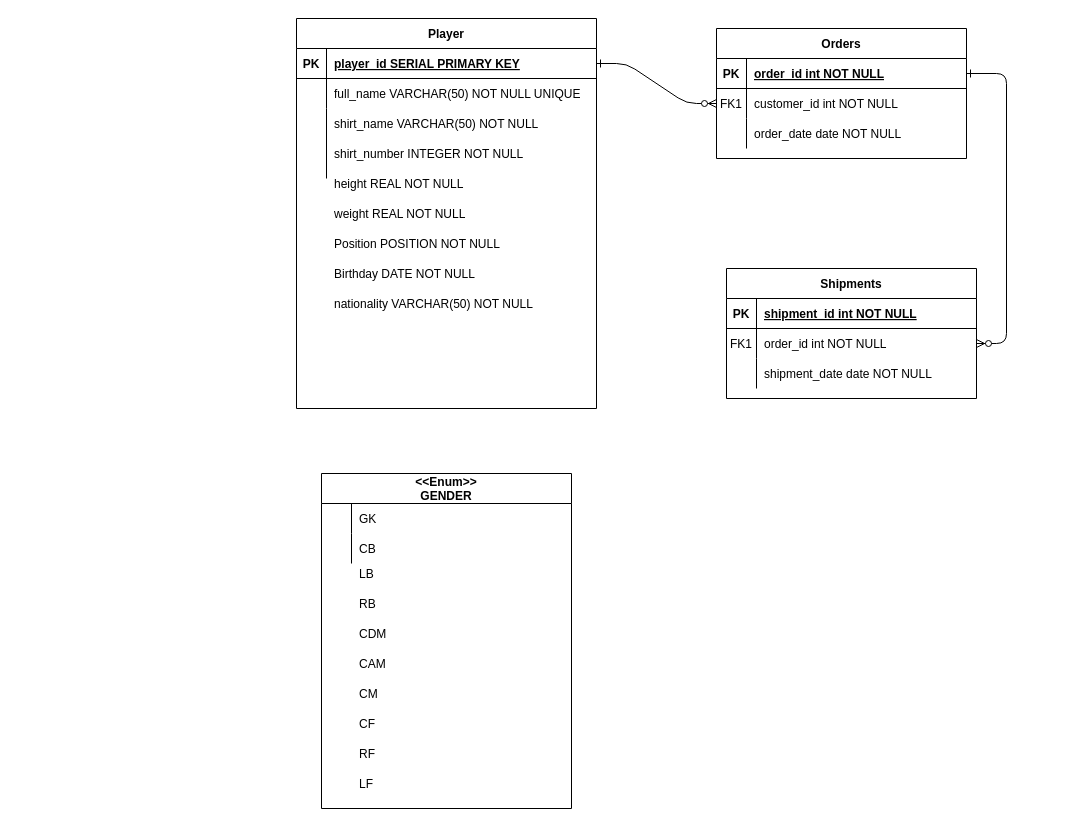
Earlier version of the draw.io diagram P33201/s291193/Lab3/Untitled Diagram.drawio (sporrrtik/DataBases_22-23). Source tidied: cells renumbered, new cells numbered last; positions are measured from the earlier drawing's top-left corner, leaving out a move shared by most shapes. Both pictures are drawn from the tidied source at 100%, with x=0, y=0 at pixel (296, 18).
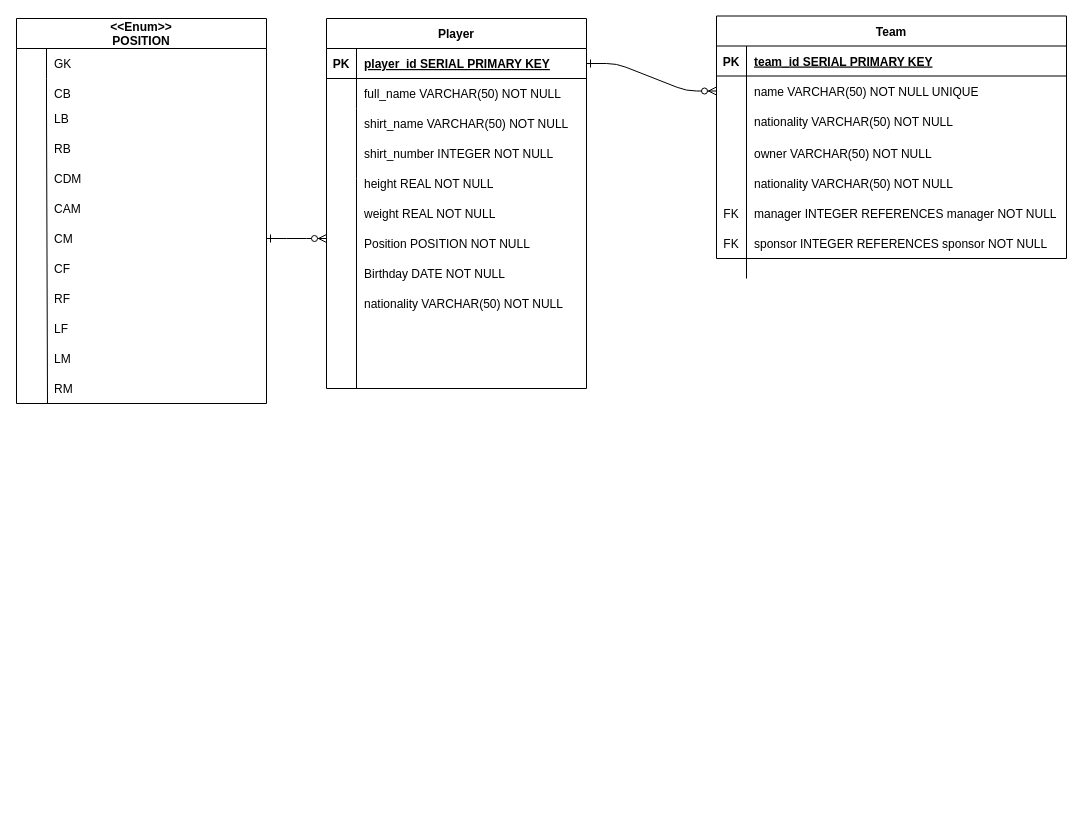
The same diagram, later.

The change refers to these unchanged cells:
```xml
<mxCell id="43" style="shape=partialRectangle;fillColor=none;points=[[0,0.5],[1,0.5]];portConstraint=eastwest;top=0;left=0;right=0;bottom=0;" parent="39" vertex="1">
  <mxGeometry y="60" width="250" height="30" as="geometry" />
</mxCell>
```

Change to the diagram source:
```diff
@@
-    <mxCell id="3" style="edgeStyle=entityRelationEdgeStyle;endArrow=ERzeroToMany;startArrow=ERone;endFill=1;startFill=0;" parent="1" edge="1" source="5" target="18">
-      <mxGeometry relative="1" as="geometry" />
-    </mxCell>
-    <mxCell id="4" value="Orders" style="shape=table;startSize=30;childLayout=tableLayout;rowLines=0;fontStyle=1;align=center;" parent="1" vertex="1">
-      <mxGeometry x="420" y="10" width="250" height="130" as="geometry" />
+    <mxCell id="4" value="Team" style="shape=table;startSize=30;childLayout=tableLayout;rowLines=0;fontStyle=1;align=center;" parent="1" vertex="1">
+      <mxGeometry x="420" y="-2.5" width="350" height="242.5" as="geometry" />
     </mxCell>
     <mxCell id="5" style="shape=partialRectangle;fillColor=none;points=[[0,0.5],[1,0.5]];portConstraint=eastwest;top=0;left=0;right=0;bottom=1;" parent="4" vertex="1">
-      <mxGeometry y="30" width="250" height="30" as="geometry" />
+      <mxGeometry y="30" width="350" height="30" as="geometry" />
     </mxCell>
@@
-    <mxCell id="7" value="order_id int NOT NULL " style="shape=partialRectangle;overflow=hidden;fillColor=none;top=0;left=0;bottom=0;right=0;align=left;spacingLeft=6;fontStyle=5;" parent="5" vertex="1">
-      <mxGeometry x="30" width="220" height="30" as="geometry" />
+    <mxCell id="7" value="team_id SERIAL PRIMARY KEY" style="shape=partialRectangle;overflow=hidden;fillColor=none;top=0;left=0;bottom=0;right=0;align=left;spacingLeft=6;fontStyle=5;" parent="5" vertex="1">
+      <mxGeometry x="30" width="320" height="30" as="geometry" />
     </mxCell>
     <mxCell id="8" style="shape=partialRectangle;fillColor=none;points=[[0,0.5],[1,0.5]];portConstraint=eastwest;top=0;left=0;right=0;bottom=0;" parent="4" vertex="1">
-      <mxGeometry y="60" width="250" height="30" as="geometry" />
+      <mxGeometry y="60" width="350" height="30" as="geometry" />
     </mxCell>
-    <mxCell id="9" value="FK1" style="shape=partialRectangle;overflow=hidden;fillColor=none;top=0;left=0;bottom=0;right=0;" parent="8" vertex="1">
+    <mxCell id="9" style="shape=partialRectangle;overflow=hidden;fillColor=none;top=0;left=0;bottom=0;right=0;" parent="8" vertex="1">
       <mxGeometry width="30" height="30" as="geometry" />
     </mxCell>
-    <mxCell id="10" value="customer_id int NOT NULL" style="shape=partialRectangle;overflow=hidden;fillColor=none;top=0;left=0;bottom=0;right=0;align=left;spacingLeft=6;" parent="8" vertex="1">
-      <mxGeometry x="30" width="220" height="30" as="geometry" />
+    <mxCell id="10" value="name VARCHAR(50) NOT NULL UNIQUE" style="shape=partialRectangle;overflow=hidden;fillColor=none;top=0;left=0;bottom=0;right=0;align=left;spacingLeft=6;" parent="8" vertex="1">
+      <mxGeometry x="30" width="320" height="30" as="geometry" />
     </mxCell>
     <mxCell id="11" style="shape=partialRectangle;fillColor=none;top=0;left=0;right=0;bottom=0;" parent="4" vertex="1">
-      <mxGeometry y="90" width="250" height="30" as="geometry" />
+      <mxGeometry y="90" width="350" height="30" as="geometry" />
     </mxCell>
@@
-    <mxCell id="13" value="order_date date NOT NULL" style="shape=partialRectangle;overflow=hidden;fillColor=none;top=0;left=0;bottom=0;right=0;align=left;spacingLeft=6;" parent="11" vertex="1">
-      <mxGeometry x="30" width="220" height="30" as="geometry" />
+    <mxCell id="13" value="nationality VARCHAR(50) NOT NULL" style="shape=partialRectangle;overflow=hidden;fillColor=none;top=0;left=0;bottom=0;right=0;align=left;spacingLeft=6;" parent="11" vertex="1">
+      <mxGeometry x="30" width="320" height="30" as="geometry" />
     </mxCell>
-    <mxCell id="14" value="Shipments" style="shape=table;startSize=30;childLayout=tableLayout;rowLines=0;fontStyle=1;align=center;" parent="1" vertex="1">
-      <mxGeometry x="430" y="250" width="250" height="130" as="geometry" />
-    </mxCell>
-    <mxCell id="15" style="shape=partialRectangle;fillColor=none;top=0;left=0;right=0;bottom=1;" parent="14" vertex="1">
-      <mxGeometry y="30" width="250" height="30" as="geometry" />
-    </mxCell>
-    <mxCell id="16" value="PK" style="shape=partialRectangle;overflow=hidden;fillColor=none;top=0;left=0;bottom=0;right=0;fontStyle=1;" parent="15" vertex="1">
-      <mxGeometry width="30" height="30" as="geometry" />
-    </mxCell>
-    <mxCell id="17" value="shipment_id int NOT NULL " style="shape=partialRectangle;overflow=hidden;fillColor=none;top=0;left=0;bottom=0;right=0;align=left;spacingLeft=6;fontStyle=5;" parent="15" vertex="1">
-      <mxGeometry x="30" width="220" height="30" as="geometry" />
-    </mxCell>
-    <mxCell id="18" style="shape=partialRectangle;fillColor=none;points=[[0,0.5],[1,0.5]];portConstraint=eastwest;top=0;left=0;right=0;bottom=0;" parent="14" vertex="1">
-      <mxGeometry y="60" width="250" height="30" as="geometry" />
-    </mxCell>
-    <mxCell id="19" value="FK1" style="shape=partialRectangle;overflow=hidden;fillColor=none;top=0;left=0;bottom=0;right=0;" parent="18" vertex="1">
-      <mxGeometry width="30" height="30" as="geometry" />
-    </mxCell>
-    <mxCell id="20" value="order_id int NOT NULL" style="shape=partialRectangle;overflow=hidden;fillColor=none;top=0;left=0;bottom=0;right=0;align=left;spacingLeft=6;" parent="18" vertex="1">
-      <mxGeometry x="30" width="220" height="30" as="geometry" />
-    </mxCell>
-    <mxCell id="21" style="shape=partialRectangle;fillColor=none;top=0;left=0;right=0;bottom=0;" parent="14" vertex="1">
-      <mxGeometry y="90" width="250" height="30" as="geometry" />
-    </mxCell>
-    <mxCell id="22" style="shape=partialRectangle;overflow=hidden;fillColor=none;top=0;left=0;bottom=0;right=0;" parent="21" vertex="1">
-      <mxGeometry width="30" height="30" as="geometry" />
-    </mxCell>
-    <mxCell id="23" value="shipment_date date NOT NULL" style="shape=partialRectangle;overflow=hidden;fillColor=none;top=0;left=0;bottom=0;right=0;align=left;spacingLeft=6;" parent="21" vertex="1">
-      <mxGeometry x="30" width="220" height="30" as="geometry" />
-    </mxCell>
     <mxCell id="24" value="Player" style="shape=table;startSize=30;childLayout=tableLayout;rowLines=0;fontStyle=1;align=center;" parent="1" vertex="1">
-      <mxGeometry width="300" height="390" as="geometry" />
+      <mxGeometry x="30" width="260" height="370" as="geometry" />
     </mxCell>
     <mxCell id="25" style="shape=partialRectangle;fillColor=none;points=[[0,0.5],[1,0.5]];portConstraint=eastwest;top=0;left=0;right=0;bottom=1;" parent="24" vertex="1">
-      <mxGeometry y="30" width="300" height="30" as="geometry" />
+      <mxGeometry y="30" width="260" height="30" as="geometry" />
     </mxCell>
@@
     <mxCell id="27" value="player_id SERIAL PRIMARY KEY" style="shape=partialRectangle;overflow=hidden;fillColor=none;top=0;left=0;bottom=0;right=0;align=left;spacingLeft=6;fontStyle=5;" parent="25" vertex="1">
-      <mxGeometry x="30" width="270" height="30" as="geometry" />
+      <mxGeometry x="30" width="230" height="30" as="geometry" />
     </mxCell>
     <mxCell id="28" style="shape=partialRectangle;fillColor=none;top=0;left=0;right=0;bottom=0;" parent="24" vertex="1">
-      <mxGeometry y="60" width="300" height="30" as="geometry" />
+      <mxGeometry y="60" width="260" height="30" as="geometry" />
     </mxCell>
@@
-    <mxCell id="30" value="full_name VARCHAR(50) NOT NULL UNIQUE" style="shape=partialRectangle;overflow=hidden;fillColor=none;top=0;left=0;bottom=0;right=0;align=left;spacingLeft=6;" parent="28" vertex="1">
-      <mxGeometry x="30" width="270" height="30" as="geometry" />
+    <mxCell id="30" value="full_name VARCHAR(50) NOT NULL " style="shape=partialRectangle;overflow=hidden;fillColor=none;top=0;left=0;bottom=0;right=0;align=left;spacingLeft=6;" parent="28" vertex="1">
+      <mxGeometry x="30" width="230" height="30" as="geometry" />
     </mxCell>
     <mxCell id="31" value="shirt_name VARCHAR(50) NOT NULL" style="shape=partialRectangle;overflow=hidden;fillColor=none;top=0;left=0;bottom=0;right=0;align=left;spacingLeft=6;" parent="1" vertex="1">
-      <mxGeometry x="30" y="90" width="220" height="30" as="geometry" />
+      <mxGeometry x="60" y="90" width="220" height="30" as="geometry" />
     </mxCell>
     <mxCell id="32" style="endArrow=none;html=1;rounded=0;" parent="1" edge="1">
       <mxGeometry relative="1" as="geometry">
-        <mxPoint x="30" y="90" as="sourcePoint" />
-        <mxPoint x="30" y="160" as="targetPoint" />
+        <mxPoint x="60" y="90" as="sourcePoint" />
+        <mxPoint x="60" y="160" as="targetPoint" />
       </mxGeometry>
     </mxCell>
     <mxCell id="33" value="shirt_number INTEGER NOT NULL" style="shape=partialRectangle;overflow=hidden;fillColor=none;top=0;left=0;bottom=0;right=0;align=left;spacingLeft=6;" parent="1" vertex="1">
-      <mxGeometry x="30" y="120" width="220" height="30" as="geometry" />
+      <mxGeometry x="60" y="120" width="220" height="30" as="geometry" />
     </mxCell>
     <mxCell id="34" value="height REAL NOT NULL" style="shape=partialRectangle;overflow=hidden;fillColor=none;top=0;left=0;bottom=0;right=0;align=left;spacingLeft=6;" parent="1" vertex="1">
-      <mxGeometry x="30" y="150" width="220" height="30" as="geometry" />
+      <mxGeometry x="60" y="150" width="220" height="30" as="geometry" />
     </mxCell>
     <mxCell id="35" value="weight REAL NOT NULL" style="shape=partialRectangle;overflow=hidden;fillColor=none;top=0;left=0;bottom=0;right=0;align=left;spacingLeft=6;" parent="1" vertex="1">
-      <mxGeometry x="30" y="180" width="220" height="30" as="geometry" />
+      <mxGeometry x="60" y="180" width="220" height="30" as="geometry" />
     </mxCell>
     <mxCell id="36" value="Position POSITION NOT NULL" style="shape=partialRectangle;overflow=hidden;fillColor=none;top=0;left=0;bottom=0;right=0;align=left;spacingLeft=6;" parent="1" vertex="1">
-      <mxGeometry x="30" y="210" width="220" height="30" as="geometry" />
+      <mxGeometry x="60" y="210" width="220" height="30" as="geometry" />
     </mxCell>
     <mxCell id="37" value="Birthday DATE NOT NULL" style="shape=partialRectangle;overflow=hidden;fillColor=none;top=0;left=0;bottom=0;right=0;align=left;spacingLeft=6;" parent="1" vertex="1">
-      <mxGeometry x="30" y="240" width="220" height="30" as="geometry" />
+      <mxGeometry x="60" y="240" width="220" height="30" as="geometry" />
     </mxCell>
     <mxCell id="38" value="nationality VARCHAR(50) NOT NULL" style="shape=partialRectangle;overflow=hidden;fillColor=none;top=0;left=0;bottom=0;right=0;align=left;spacingLeft=6;" parent="1" vertex="1">
-      <mxGeometry x="30" y="270" width="220" height="30" as="geometry" />
+      <mxGeometry x="60" y="270" width="220" height="30" as="geometry" />
     </mxCell>
-    <mxCell id="39" value="&lt;&lt;Enum&gt;&gt;&#10;GENDER" style="shape=table;startSize=30;childLayout=tableLayout;rowLines=0;fontStyle=1;align=center;" parent="1" vertex="1">
-      <mxGeometry x="25" y="455" width="250" height="335" as="geometry" />
+    <mxCell id="39" value="&lt;&lt;Enum&gt;&gt;&#10;POSITION" style="shape=table;startSize=30;childLayout=tableLayout;rowLines=0;fontStyle=1;align=center;" parent="1" vertex="1">
+      <mxGeometry x="-280" width="250" height="385" as="geometry" />
     </mxCell>
@@
     <mxCell id="46" value="LB" style="shape=partialRectangle;overflow=hidden;fillColor=none;top=0;left=0;bottom=0;right=0;align=left;spacingLeft=6;" parent="1" vertex="1">
-      <mxGeometry x="55" y="540" width="220" height="30" as="geometry" />
+      <mxGeometry x="-250" y="85" width="220" height="30" as="geometry" />
     </mxCell>
     <mxCell id="47" value="RB" style="shape=partialRectangle;overflow=hidden;fillColor=none;top=0;left=0;bottom=0;right=0;align=left;spacingLeft=6;" parent="1" vertex="1">
-      <mxGeometry x="55" y="570" width="220" height="30" as="geometry" />
+      <mxGeometry x="-250" y="115" width="220" height="30" as="geometry" />
     </mxCell>
     <mxCell id="48" value="CDM" style="shape=partialRectangle;overflow=hidden;fillColor=none;top=0;left=0;bottom=0;right=0;align=left;spacingLeft=6;" parent="1" vertex="1">
-      <mxGeometry x="55" y="600" width="220" height="30" as="geometry" />
+      <mxGeometry x="-250" y="145" width="220" height="30" as="geometry" />
     </mxCell>
     <mxCell id="49" value="CAM" style="shape=partialRectangle;overflow=hidden;fillColor=none;top=0;left=0;bottom=0;right=0;align=left;spacingLeft=6;" parent="1" vertex="1">
-      <mxGeometry x="55" y="630" width="220" height="30" as="geometry" />
+      <mxGeometry x="-250" y="175" width="220" height="30" as="geometry" />
     </mxCell>
     <mxCell id="50" value="CM" style="shape=partialRectangle;overflow=hidden;fillColor=none;top=0;left=0;bottom=0;right=0;align=left;spacingLeft=6;" parent="1" vertex="1">
-      <mxGeometry x="55" y="660" width="220" height="30" as="geometry" />
+      <mxGeometry x="-250" y="205" width="220" height="30" as="geometry" />
     </mxCell>
     <mxCell id="51" value="CF" style="shape=partialRectangle;overflow=hidden;fillColor=none;top=0;left=0;bottom=0;right=0;align=left;spacingLeft=6;" parent="1" vertex="1">
-      <mxGeometry x="55" y="690" width="220" height="30" as="geometry" />
+      <mxGeometry x="-250" y="235" width="220" height="30" as="geometry" />
     </mxCell>
     <mxCell id="52" value="RF" style="shape=partialRectangle;overflow=hidden;fillColor=none;top=0;left=0;bottom=0;right=0;align=left;spacingLeft=6;" parent="1" vertex="1">
-      <mxGeometry x="55" y="720" width="220" height="30" as="geometry" />
+      <mxGeometry x="-250" y="265" width="220" height="30" as="geometry" />
     </mxCell>
     <mxCell id="53" value="LF" style="shape=partialRectangle;overflow=hidden;fillColor=none;top=0;left=0;bottom=0;right=0;align=left;spacingLeft=6;" parent="1" vertex="1">
-      <mxGeometry x="55" y="750" width="220" height="30" as="geometry" />
+      <mxGeometry x="-250" y="295" width="220" height="30" as="geometry" />
     </mxCell>
+    <mxCell id="54" value="LM" style="shape=partialRectangle;overflow=hidden;fillColor=none;top=0;left=0;bottom=0;right=0;align=left;spacingLeft=6;" parent="1" vertex="1">
+      <mxGeometry x="-250" y="325" width="220" height="30" as="geometry" />
+    </mxCell>
+    <mxCell id="55" value="RM" style="shape=partialRectangle;overflow=hidden;fillColor=none;top=0;left=0;bottom=0;right=0;align=left;spacingLeft=6;" parent="1" vertex="1">
+      <mxGeometry x="-250" y="355" width="220" height="30" as="geometry" />
+    </mxCell>
+    <mxCell id="56" style="endArrow=none;html=1;rounded=0;exitX=0.12;exitY=0.967;exitDx=0;exitDy=0;exitPerimeter=0;" parent="1" edge="1" source="43">
+      <mxGeometry relative="1" as="geometry">
+        <mxPoint x="-249" y="385" as="targetPoint" />
+      </mxGeometry>
+    </mxCell>
+    <mxCell id="57" style="endArrow=none;html=1;rounded=0;" parent="1" edge="1">
+      <mxGeometry relative="1" as="geometry">
+        <mxPoint x="60" y="160" as="sourcePoint" />
+        <mxPoint x="60" y="370" as="targetPoint" />
+      </mxGeometry>
+    </mxCell>
+    <mxCell id="58" style="edgeStyle=entityRelationEdgeStyle;endArrow=ERzeroToMany;startArrow=ERone;endFill=1;startFill=0;" parent="1" edge="1">
+      <mxGeometry relative="1" as="geometry">
+        <mxPoint x="-30" y="220" as="sourcePoint" />
+        <mxPoint x="30" y="220" as="targetPoint" />
+      </mxGeometry>
+    </mxCell>
+    <mxCell id="59" value="owner VARCHAR(50) NOT NULL" style="shape=partialRectangle;overflow=hidden;fillColor=none;top=0;left=0;bottom=0;right=0;align=left;spacingLeft=6;" parent="1" vertex="1">
+      <mxGeometry x="450" y="120" width="280" height="30" as="geometry" />
+    </mxCell>
+    <mxCell id="60" value="nationality VARCHAR(50) NOT NULL" style="shape=partialRectangle;overflow=hidden;fillColor=none;top=0;left=0;bottom=0;right=0;align=left;spacingLeft=6;" parent="1" vertex="1">
+      <mxGeometry x="450" y="150" width="280" height="30" as="geometry" />
+    </mxCell>
+    <mxCell id="61" value="manager INTEGER REFERENCES manager NOT NULL" style="shape=partialRectangle;overflow=hidden;fillColor=none;top=0;left=0;bottom=0;right=0;align=left;spacingLeft=6;" parent="1" vertex="1">
+      <mxGeometry x="450" y="180" width="320" height="30" as="geometry" />
+    </mxCell>
+    <mxCell id="62" style="endArrow=none;html=1;rounded=0;" parent="1" edge="1">
+      <mxGeometry relative="1" as="geometry">
+        <mxPoint x="450" y="115" as="sourcePoint" />
+        <mxPoint x="450" y="260" as="targetPoint" />
+      </mxGeometry>
+    </mxCell>
+    <mxCell id="63" value="FK" style="shape=partialRectangle;overflow=hidden;fillColor=none;top=0;left=0;bottom=0;right=0;fontStyle=0;" parent="1" vertex="1">
+      <mxGeometry x="420" y="180" width="30" height="30" as="geometry" />
+    </mxCell>
+    <mxCell id="64" value="sponsor INTEGER REFERENCES sponsor NOT NULL" style="shape=partialRectangle;overflow=hidden;fillColor=none;top=0;left=0;bottom=0;right=0;align=left;spacingLeft=6;" parent="1" vertex="1">
+      <mxGeometry x="450" y="210" width="320" height="30" as="geometry" />
+    </mxCell>
+    <mxCell id="65" value="FK" style="shape=partialRectangle;overflow=hidden;fillColor=none;top=0;left=0;bottom=0;right=0;fontStyle=0;" parent="1" vertex="1">
+      <mxGeometry x="420" y="210" width="30" height="30" as="geometry" />
+    </mxCell>
```
